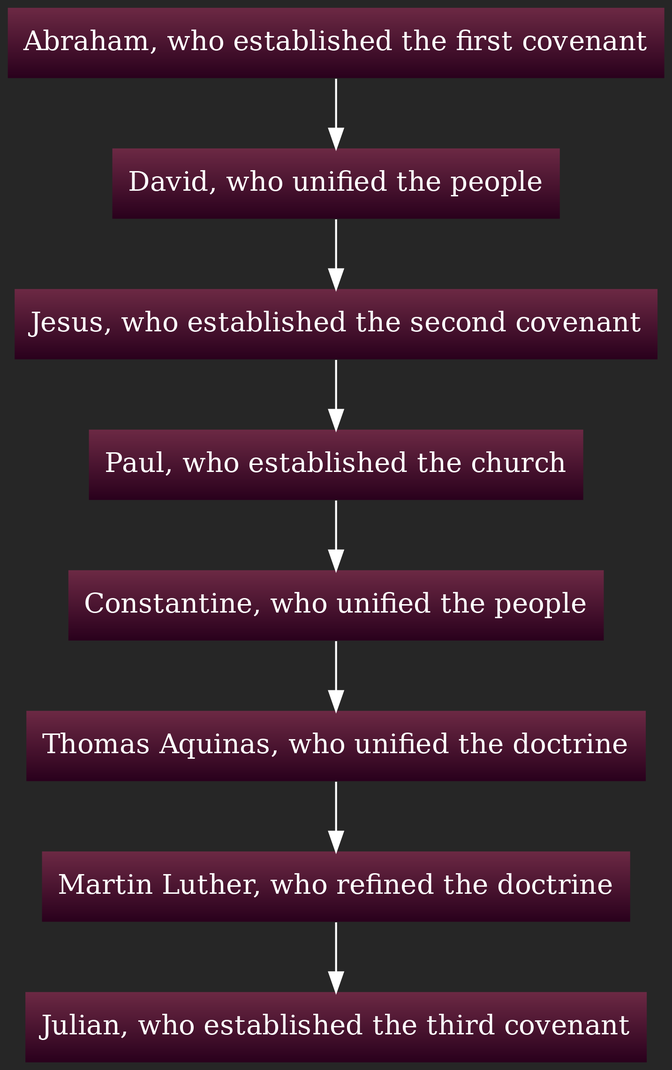
Above: graphs/This_is_our_personal_spiritual_lineage:.png in julianfl0w/Deism (Graphviz), before the change. Its source is kept beside it as graphs/This_is_our_personal_spiritual_lineage:.dot.
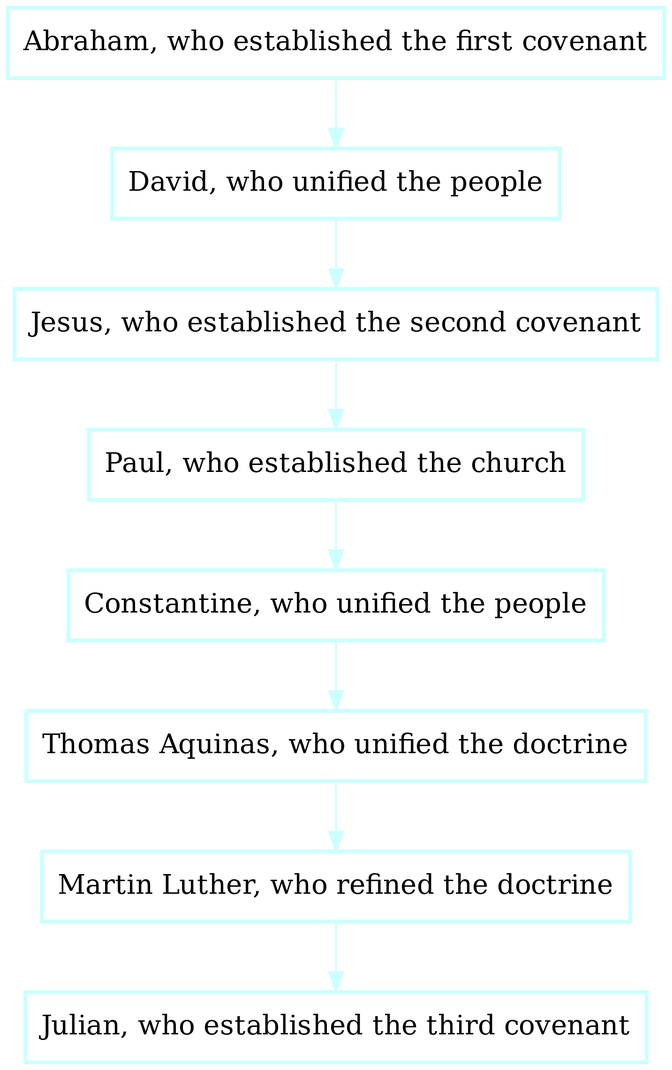
Later version of the same file.

The edit, as a diff of the source:
```diff
@@ -1,24 +1,24 @@
 digraph D {
 rankdir = TB
 style = filled
-fontcolor = white
-color = white
-bgcolor = "#262626"
+fontcolor = black
+color = black
+bgcolor = white
 gradientangle = 0
 dpi = 300
-"cluster_65" [rankdir=TB, shape=box, penwidth=0, color=black, fontcolor=white, fillcolor="#6C2944:#29001C", style=filled, gradientangle=270.05, label="Abraham, who established the first covenant"]
-"cluster_66" [rankdir=TB, shape=box, penwidth=0, color=black, fontcolor=white, fillcolor="#6C2944:#29001C", style=filled, gradientangle=270.05, label="David, who unified the people"]
-"cluster_67" [rankdir=TB, shape=box, penwidth=0, color=black, fontcolor=white, fillcolor="#6C2944:#29001C", style=filled, gradientangle=270.05, label="Jesus, who established the second covenant"]
-"cluster_68" [rankdir=TB, shape=box, penwidth=0, color=black, fontcolor=white, fillcolor="#6C2944:#29001C", style=filled, gradientangle=270.05, label="Paul, who established the church"]
-"cluster_69" [rankdir=TB, shape=box, penwidth=0, color=black, fontcolor=white, fillcolor="#6C2944:#29001C", style=filled, gradientangle=270.05, label="Constantine, who unified the people"]
-"cluster_70" [rankdir=TB, shape=box, penwidth=0, color=black, fontcolor=white, fillcolor="#6C2944:#29001C", style=filled, gradientangle=270.05, label="Thomas Aquinas, who unified the doctrine"]
-"cluster_71" [rankdir=TB, shape=box, penwidth=0, color=black, fontcolor=white, fillcolor="#6C2944:#29001C", style=filled, gradientangle=270.05, label="Martin Luther, who refined the doctrine"]
-"cluster_72" [rankdir=TB, shape=box, penwidth=0, color=black, fontcolor=white, fillcolor="#6C2944:#29001C", style=filled, gradientangle=270.05, label="Julian, who established the third covenant"]
-"cluster_71" -> "cluster_72" [color=white, penwidth=1, ltail="cluster_71", lhead="cluster_72"]
-"cluster_70" -> "cluster_71" [color=white, penwidth=1, ltail="cluster_71", lhead="cluster_72"]
-"cluster_69" -> "cluster_70" [color=white, penwidth=1, ltail="cluster_71", lhead="cluster_72"]
-"cluster_68" -> "cluster_69" [color=white, penwidth=1, ltail="cluster_71", lhead="cluster_72"]
-"cluster_67" -> "cluster_68" [color=white, penwidth=1, ltail="cluster_71", lhead="cluster_72"]
-"cluster_66" -> "cluster_67" [color=white, penwidth=1, ltail="cluster_71", lhead="cluster_72"]
-"cluster_65" -> "cluster_66" [color=white, penwidth=1, ltail="cluster_71", lhead="cluster_72"]
+"cluster_66" [rankdir=TB, shape=box, penwidth=2, color="#ccffff", fontcolor=black, fillcolor=white, style=filled, gradientangle=270.05, label="Abraham, who established the first covenant"]
+"cluster_67" [rankdir=TB, shape=box, penwidth=2, color="#ccffff", fontcolor=black, fillcolor=white, style=filled, gradientangle=270.05, label="David, who unified the people"]
+"cluster_68" [rankdir=TB, shape=box, penwidth=2, color="#ccffff", fontcolor=black, fillcolor=white, style=filled, gradientangle=270.05, label="Jesus, who established the second covenant"]
+"cluster_69" [rankdir=TB, shape=box, penwidth=2, color="#ccffff", fontcolor=black, fillcolor=white, style=filled, gradientangle=270.05, label="Paul, who established the church"]
+"cluster_70" [rankdir=TB, shape=box, penwidth=2, color="#ccffff", fontcolor=black, fillcolor=white, style=filled, gradientangle=270.05, label="Constantine, who unified the people"]
+"cluster_71" [rankdir=TB, shape=box, penwidth=2, color="#ccffff", fontcolor=black, fillcolor=white, style=filled, gradientangle=270.05, label="Thomas Aquinas, who unified the doctrine"]
+"cluster_72" [rankdir=TB, shape=box, penwidth=2, color="#ccffff", fontcolor=black, fillcolor=white, style=filled, gradientangle=270.05, label="Martin Luther, who refined the doctrine"]
+"cluster_73" [rankdir=TB, shape=box, penwidth=2, color="#ccffff", fontcolor=black, fillcolor=white, style=filled, gradientangle=270.05, label="Julian, who established the third covenant"]
+"cluster_72" -> "cluster_73" [color="#ccffff", penwidth=1, ltail="cluster_72", lhead="cluster_73"]
+"cluster_71" -> "cluster_72" [color="#ccffff", penwidth=1, ltail="cluster_72", lhead="cluster_73"]
+"cluster_70" -> "cluster_71" [color="#ccffff", penwidth=1, ltail="cluster_72", lhead="cluster_73"]
+"cluster_69" -> "cluster_70" [color="#ccffff", penwidth=1, ltail="cluster_72", lhead="cluster_73"]
+"cluster_68" -> "cluster_69" [color="#ccffff", penwidth=1, ltail="cluster_72", lhead="cluster_73"]
+"cluster_67" -> "cluster_68" [color="#ccffff", penwidth=1, ltail="cluster_72", lhead="cluster_73"]
+"cluster_66" -> "cluster_67" [color="#ccffff", penwidth=1, ltail="cluster_72", lhead="cluster_73"]
 }
```
